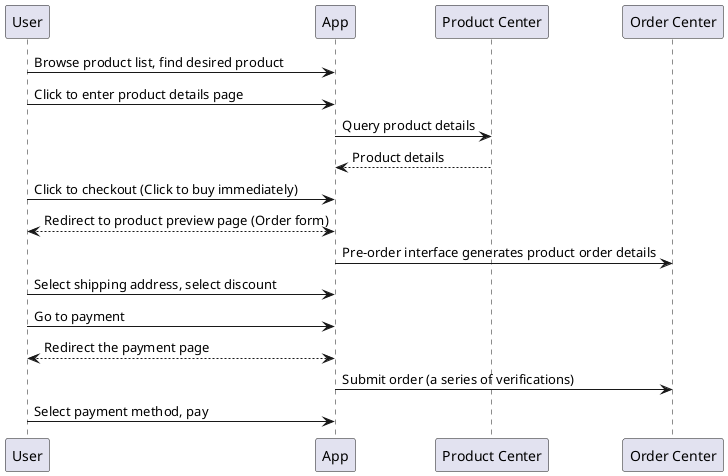
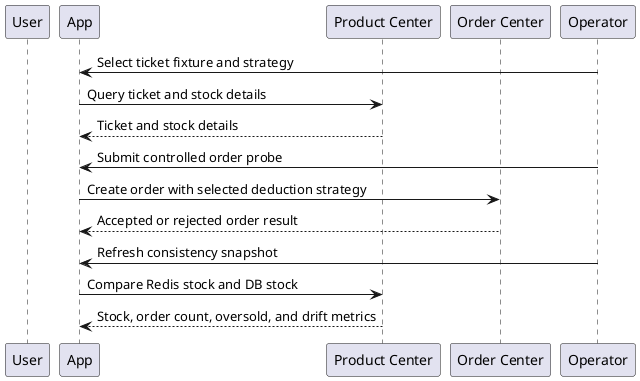
@startuml
participant User
participant App
participant "Product Center" as PC
participant "Order Center" as OC

- User -> App : Browse product list, find desired product
- User -> App : Click to enter product details page
- App -> PC : Query product details
- PC --> App : Product details
- User -> App : Click to checkout (Click to buy immediately)
- App <--> User : Redirect to product preview page (Order form)
- App -> OC: Pre-order interface generates product order details
- User -> App : Select shipping address, select discount
- User -> App : Go to payment
- App <--> User: Redirect the payment page
- App -> OC : Submit order (a series of verifications)
- User -> App : Select payment method, pay
+ Operator -> App : Select ticket fixture and strategy
+ App -> PC : Query ticket and stock details
+ PC --> App : Ticket and stock details
+ Operator -> App : Submit controlled order probe
+ App -> OC : Create order with selected deduction strategy
+ OC --> App : Accepted or rejected order result
+ Operator -> App : Refresh consistency snapshot
+ App -> PC : Compare Redis stock and DB stock
+ PC --> App : Stock, order count, oversold, and drift metrics

- @enduml+ @enduml
